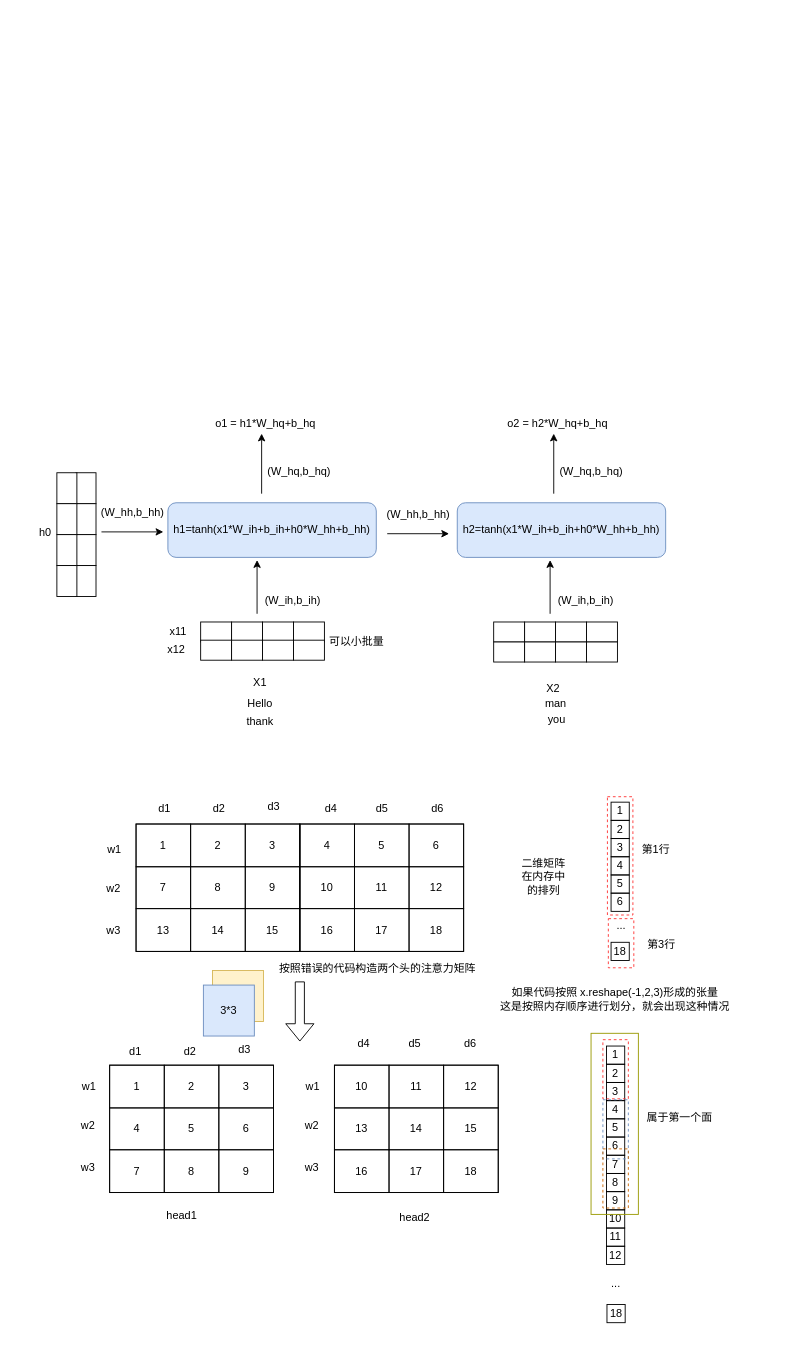
MrLeiPan/draw keeps this draw.io diagram as 未命名绘图.drawio. Above is the earlier version. Source tidied: cells renumbered, new cells numbered last; positions are measured from the earlier drawing's top-left corner, leaving out a move shared by most shapes. Both pictures are drawn from the tidied source at 91%, with x=0, y=0 at pixel (5, 411).
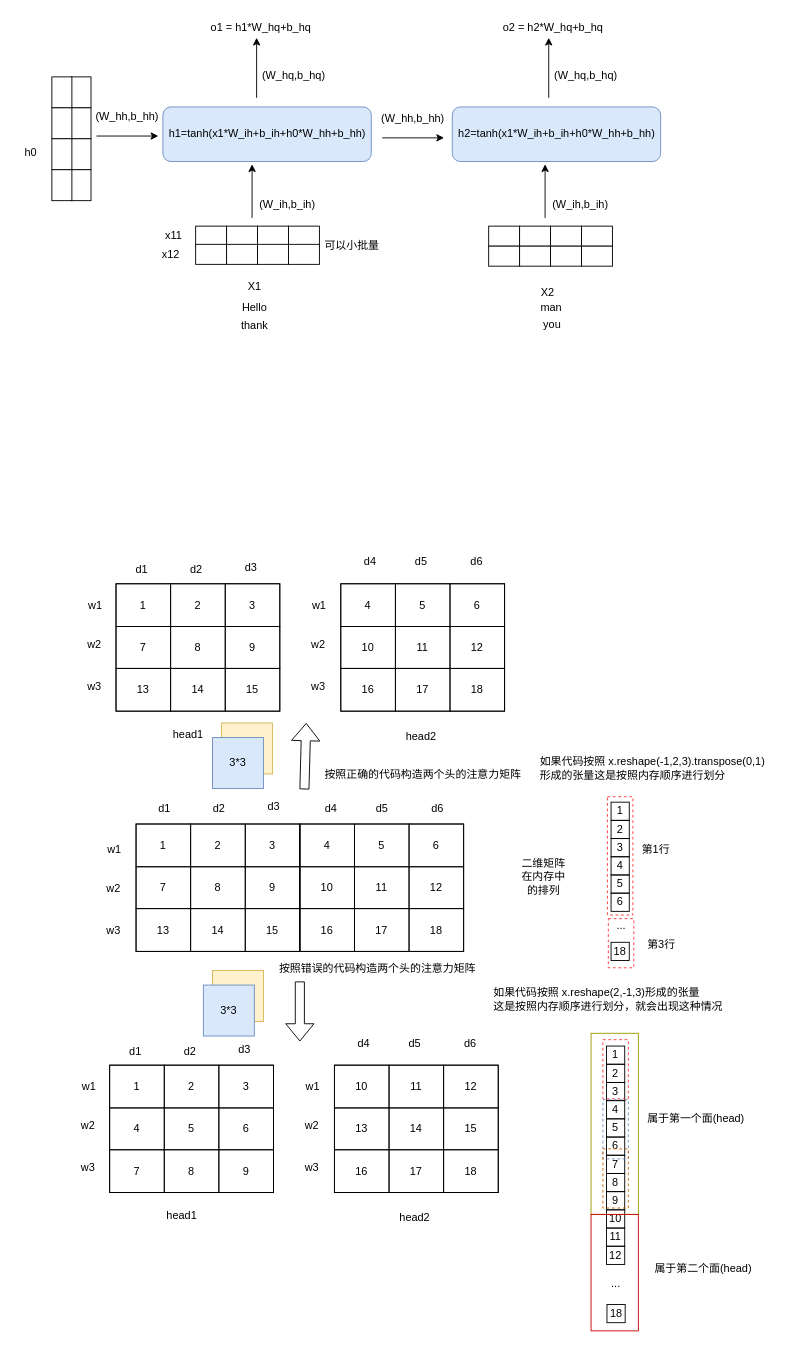
The same page after the edit.

Commit message (it also covers changes not shown here):
更新未命名绘图.drawio

Change to the diagram source:
```diff
@@
     <mxCell id="2" value="X1" style="text;html=1;align=center;verticalAlign=middle;strokeColor=none;fillColor=none;" parent="1" vertex="1">
-      <mxGeometry x="263" y="285" width="33" height="26" as="geometry" />
+      <mxGeometry x="257.5" y="-150" width="33" height="26" as="geometry" />
     </mxCell>
     <mxCell id="3" style="group;" parent="1" vertex="1">
-      <mxGeometry x="215" y="231" width="136" height="22" as="geometry" />
+      <mxGeometry x="209.5" y="-204" width="136" height="22" as="geometry" />
     </mxCell>
@@
     <mxCell id="8" style="endArrow=classic;html=1;rounded=0;" parent="1" edge="1">
       <mxGeometry relative="1" as="geometry">
-        <mxPoint x="277" y="222" as="sourcePoint" />
-        <mxPoint x="277" y="163" as="targetPoint" />
+        <mxPoint x="271.5" y="-213" as="sourcePoint" />
+        <mxPoint x="271.5" y="-272" as="targetPoint" />
       </mxGeometry>
     </mxCell>
     <mxCell id="9" value="(W_ih,b_ih)" style="text;html=1;align=center;verticalAlign=middle;strokeColor=none;fillColor=none;" parent="1" vertex="1">
-      <mxGeometry x="276" y="195" width="79" height="26" as="geometry" />
+      <mxGeometry x="270.5" y="-240" width="79" height="26" as="geometry" />
     </mxCell>
     <mxCell id="10" value="h0" style="text;html=1;align=center;verticalAlign=middle;strokeColor=none;fillColor=none;" parent="1" vertex="1">
-      <mxGeometry x="28" y="120" width="31" height="26" as="geometry" />
+      <mxGeometry x="12" y="-298" width="31" height="26" as="geometry" />
     </mxCell>
     <mxCell id="11" style="group;rotation=90;" parent="1" vertex="1">
-      <mxGeometry x="21" y="124" width="136" height="22" as="geometry" />
+      <mxGeometry x="15.5" y="-311" width="136" height="22" as="geometry" />
     </mxCell>
@@
     <mxCell id="16" value="(W_hh,b_hh)" style="text;html=1;align=center;verticalAlign=middle;strokeColor=none;fillColor=none;" parent="1" vertex="1">
-      <mxGeometry x="96" y="98" width="87" height="26" as="geometry" />
+      <mxGeometry x="90.5" y="-337" width="87" height="26" as="geometry" />
     </mxCell>
     <mxCell id="17" style="endArrow=classic;html=1;rounded=0;" parent="1" edge="1">
       <mxGeometry relative="1" as="geometry">
-        <mxPoint x="106" y="132" as="sourcePoint" />
-        <mxPoint x="174" y="132" as="targetPoint" />
+        <mxPoint x="100.5" y="-303" as="sourcePoint" />
+        <mxPoint x="168.5" y="-303" as="targetPoint" />
       </mxGeometry>
     </mxCell>
     <mxCell id="18" value="o1 = h1*W_hq+b_hq" style="text;html=1;align=center;verticalAlign=middle;strokeColor=none;fillColor=none;" parent="1" vertex="1">
-      <mxGeometry x="222" width="128" height="26" as="geometry" />
+      <mxGeometry x="216.5" y="-435" width="128" height="26" as="geometry" />
     </mxCell>
     <mxCell id="19" value="h1=tanh(x1*W_ih+b_ih+h0*W_hh+b_hh)" style="rounded=1;whiteSpace=wrap;html=1;fillColor=#dae8fc;strokeColor=#6c8ebf;" parent="1" vertex="1">
-      <mxGeometry x="179" y="100" width="229" height="60" as="geometry" />
+      <mxGeometry x="173.5" y="-335" width="229" height="60" as="geometry" />
     </mxCell>
     <mxCell id="20" style="endArrow=classic;html=1;rounded=0;" parent="1" edge="1">
       <mxGeometry relative="1" as="geometry">
-        <mxPoint x="282" y="90" as="sourcePoint" />
-        <mxPoint x="282" y="24" as="targetPoint" />
+        <mxPoint x="276.5" y="-345" as="sourcePoint" />
+        <mxPoint x="276.5" y="-411" as="targetPoint" />
       </mxGeometry>
     </mxCell>
     <mxCell id="21" value="(W_hq,b_hq)" style="text;html=1;align=center;verticalAlign=middle;strokeColor=none;fillColor=none;" parent="1" vertex="1">
-      <mxGeometry x="279" y="53" width="87" height="26" as="geometry" />
+      <mxGeometry x="273.5" y="-382" width="87" height="26" as="geometry" />
     </mxCell>
     <mxCell id="22" value="(W_hh,b_hh)" style="text;html=1;align=center;verticalAlign=middle;strokeColor=none;fillColor=none;" parent="1" vertex="1">
-      <mxGeometry x="410" y="100" width="87" height="26" as="geometry" />
+      <mxGeometry x="404.5" y="-335" width="87" height="26" as="geometry" />
     </mxCell>
     <mxCell id="23" style="endArrow=classic;html=1;rounded=0;" parent="1" edge="1">
       <mxGeometry relative="1" as="geometry">
-        <mxPoint x="420" y="134" as="sourcePoint" />
-        <mxPoint x="488" y="134" as="targetPoint" />
+        <mxPoint x="414.5" y="-301" as="sourcePoint" />
+        <mxPoint x="482.5" y="-301" as="targetPoint" />
       </mxGeometry>
     </mxCell>
     <mxCell id="24" value="h2=tanh(x1*W_ih+b_ih+h0*W_hh+b_hh)" style="rounded=1;whiteSpace=wrap;html=1;fillColor=#dae8fc;strokeColor=#6c8ebf;" parent="1" vertex="1">
-      <mxGeometry x="497" y="100" width="229" height="60" as="geometry" />
+      <mxGeometry x="491.5" y="-335" width="229" height="60" as="geometry" />
     </mxCell>
     <mxCell id="25" value="X2" style="text;html=1;align=center;verticalAlign=middle;strokeColor=none;fillColor=none;" parent="1" vertex="1">
-      <mxGeometry x="585" y="291" width="33" height="26" as="geometry" />
+      <mxGeometry x="579.5" y="-144" width="33" height="26" as="geometry" />
     </mxCell>
     <mxCell id="26" style="group;" parent="1" vertex="1">
-      <mxGeometry x="537" y="231" width="136" height="22" as="geometry" />
+      <mxGeometry x="531.5" y="-204" width="136" height="22" as="geometry" />
     </mxCell>
@@
     <mxCell id="31" style="endArrow=classic;html=1;rounded=0;" parent="1" edge="1">
       <mxGeometry relative="1" as="geometry">
-        <mxPoint x="599" y="222" as="sourcePoint" />
-        <mxPoint x="599" y="163" as="targetPoint" />
+        <mxPoint x="593.5" y="-213" as="sourcePoint" />
+        <mxPoint x="593.5" y="-272" as="targetPoint" />
       </mxGeometry>
     </mxCell>
     <mxCell id="32" value="(W_ih,b_ih)" style="text;html=1;align=center;verticalAlign=middle;strokeColor=none;fillColor=none;" parent="1" vertex="1">
-      <mxGeometry x="598" y="195" width="79" height="26" as="geometry" />
+      <mxGeometry x="592.5" y="-240" width="79" height="26" as="geometry" />
     </mxCell>
     <mxCell id="33" value="o2 = h2*W_hq+b_hq" style="text;html=1;align=center;verticalAlign=middle;strokeColor=none;fillColor=none;" parent="1" vertex="1">
-      <mxGeometry x="543" width="128" height="26" as="geometry" />
+      <mxGeometry x="537.5" y="-435" width="128" height="26" as="geometry" />
     </mxCell>
     <mxCell id="34" style="endArrow=classic;html=1;rounded=0;" parent="1" edge="1">
       <mxGeometry relative="1" as="geometry">
-        <mxPoint x="603" y="90" as="sourcePoint" />
-        <mxPoint x="603" y="24" as="targetPoint" />
+        <mxPoint x="597.5" y="-345" as="sourcePoint" />
+        <mxPoint x="597.5" y="-411" as="targetPoint" />
       </mxGeometry>
     </mxCell>
     <mxCell id="35" value="(W_hq,b_hq)" style="text;html=1;align=center;verticalAlign=middle;strokeColor=none;fillColor=none;" parent="1" vertex="1">
-      <mxGeometry x="600" y="53" width="87" height="26" as="geometry" />
+      <mxGeometry x="594.5" y="-382" width="87" height="26" as="geometry" />
     </mxCell>
     <mxCell id="36" value="Hello" style="text;html=1;align=center;verticalAlign=middle;strokeColor=none;fillColor=none;" parent="1" vertex="1">
-      <mxGeometry x="257" y="308" width="45" height="26" as="geometry" />
+      <mxGeometry x="251.5" y="-127" width="45" height="26" as="geometry" />
     </mxCell>
     <mxCell id="37" value="man" style="text;html=1;align=center;verticalAlign=middle;strokeColor=none;fillColor=none;" parent="1" vertex="1">
-      <mxGeometry x="584.5" y="308" width="41" height="26" as="geometry" />
+      <mxGeometry x="579" y="-127" width="41" height="26" as="geometry" />
     </mxCell>
     <mxCell id="38" style="group;" parent="1" vertex="1">
-      <mxGeometry x="215" y="251" width="136" height="22" as="geometry" />
+      <mxGeometry x="209.5" y="-184" width="136" height="22" as="geometry" />
     </mxCell>
@@
     <mxCell id="43" style="group;" parent="1" vertex="1">
-      <mxGeometry x="537" y="253" width="136" height="22" as="geometry" />
+      <mxGeometry x="531.5" y="-182" width="136" height="22" as="geometry" />
     </mxCell>
@@
     <mxCell id="48" value="x11" style="text;html=1;align=center;verticalAlign=middle;strokeColor=none;fillColor=none;" parent="1" vertex="1">
-      <mxGeometry x="172" y="229" width="36" height="26" as="geometry" />
+      <mxGeometry x="166.5" y="-206" width="36" height="26" as="geometry" />
     </mxCell>
     <mxCell id="49" value="x12" style="text;html=1;align=center;verticalAlign=middle;strokeColor=none;fillColor=none;" parent="1" vertex="1">
-      <mxGeometry x="169" y="249" width="37" height="26" as="geometry" />
+      <mxGeometry x="163.5" y="-186" width="37" height="26" as="geometry" />
     </mxCell>
     <mxCell id="50" value="可以小批量" style="text;html=1;align=center;verticalAlign=middle;strokeColor=none;fillColor=none;" parent="1" vertex="1">
-      <mxGeometry x="347" y="240" width="78" height="26" as="geometry" />
+      <mxGeometry x="341.5" y="-195" width="78" height="26" as="geometry" />
     </mxCell>
     <mxCell id="51" value="thank" style="text;html=1;align=center;verticalAlign=middle;strokeColor=none;fillColor=none;" parent="1" vertex="1">
-      <mxGeometry x="256" y="328" width="47" height="26" as="geometry" />
+      <mxGeometry x="250.5" y="-107" width="47" height="26" as="geometry" />
     </mxCell>
     <mxCell id="52" value="you" style="text;html=1;align=center;verticalAlign=middle;strokeColor=none;fillColor=none;" parent="1" vertex="1">
-      <mxGeometry x="587.5" y="326" width="37" height="26" as="geometry" />
+      <mxGeometry x="582" y="-109" width="37" height="26" as="geometry" />
     </mxCell>
     <mxCell id="53" style="group;rotation=90;" parent="1" vertex="1">
-      <mxGeometry y="124" width="136" height="22" as="geometry" />
+      <mxGeometry x="-5.5" y="-311" width="136" height="22" as="geometry" />
     </mxCell>
@@
-    <mxCell id="150" value="如果代码按照 x.reshape(-1,2,3)形成的张量&lt;br&gt;这是按照内存顺序进行划分，就会出现这种情况" style="text;html=1;align=center;verticalAlign=middle;strokeColor=none;fillColor=none;" parent="1" vertex="1">
+    <mxCell id="150" value="如果代码按照 x.reshape(2,-1,3)形成的张量&lt;br&gt;这是按照内存顺序进行划分，就会出现这种情况" style="text;html=1;align=left;verticalAlign=middle;strokeColor=none;fillColor=none;" parent="1" vertex="1">
       <mxGeometry x="535" y="625" width="270" height="41" as="geometry" />
     </mxCell>
@@
-    <mxCell id="169" value="属于第一个面" style="text;html=1;align=center;verticalAlign=middle;strokeColor=none;fillColor=none;" parent="1" vertex="1">
-      <mxGeometry x="696" y="763" width="90" height="26" as="geometry" />
+    <mxCell id="169" value="属于第一个面(head)" style="text;html=1;align=center;verticalAlign=middle;strokeColor=none;fillColor=none;" parent="1" vertex="1">
+      <mxGeometry x="696" y="764" width="125" height="26" as="geometry" />
     </mxCell>
+    <mxCell id="170" value="按照正确的代码构造两个头的注意力矩阵" style="text;html=1;align=center;verticalAlign=middle;strokeColor=none;fillColor=none;" parent="1" vertex="1">
+      <mxGeometry x="342" y="386" width="234" height="26" as="geometry" />
+    </mxCell>
+    <mxCell id="171" style="childLayout=tableLayout;shadow=0;fillColor=none;" parent="1" vertex="1">
+      <mxGeometry x="122" y="189" width="180" height="140" as="geometry" />
+    </mxCell>
+    <mxCell id="172" style="shape=tableRow;horizontal=0;startSize=0;swimlaneHead=0;swimlaneBody=0;top=0;left=0;bottom=0;right=0;fontStyle=0;fillColor=none;strokeColor=inherit;" parent="171" vertex="1">
+      <mxGeometry width="180" height="47" as="geometry" />
+    </mxCell>
+    <mxCell id="173" value="1" style="strokeColor=inherit;fillColor=none;align=center;whiteSpace=wrap;html=1;" parent="172" vertex="1">
+      <mxGeometry width="60" height="47" as="geometry" />
+    </mxCell>
+    <mxCell id="174" value="2" style="strokeColor=inherit;fillColor=none;align=center;whiteSpace=wrap;html=1;" parent="172" vertex="1">
+      <mxGeometry x="60" width="60" height="47" as="geometry" />
+    </mxCell>
+    <mxCell id="175" value="3" style="strokeColor=inherit;fillColor=none;align=center;whiteSpace=wrap;html=1;" parent="172" vertex="1">
+      <mxGeometry x="120" width="60" height="47" as="geometry" />
+    </mxCell>
+    <mxCell id="176" style="shape=tableRow;horizontal=0;startSize=0;swimlaneHead=0;swimlaneBody=0;top=0;left=0;bottom=0;right=0;fontStyle=0;fillColor=none;strokeColor=inherit;" parent="171" vertex="1">
+      <mxGeometry y="47" width="180" height="46" as="geometry" />
+    </mxCell>
+    <mxCell id="177" value="7" style="strokeColor=inherit;fillColor=none;align=center;whiteSpace=wrap;html=1;" parent="176" vertex="1">
+      <mxGeometry width="60" height="46" as="geometry" />
+    </mxCell>
+    <mxCell id="178" value="8" style="strokeColor=inherit;fillColor=none;align=center;whiteSpace=wrap;html=1;" parent="176" vertex="1">
+      <mxGeometry x="60" width="60" height="46" as="geometry" />
+    </mxCell>
+    <mxCell id="179" value="9" style="strokeColor=inherit;fillColor=none;align=center;whiteSpace=wrap;html=1;" parent="176" vertex="1">
+      <mxGeometry x="120" width="60" height="46" as="geometry" />
+    </mxCell>
+    <mxCell id="180" style="shape=tableRow;horizontal=0;startSize=0;swimlaneHead=0;swimlaneBody=0;top=0;left=0;bottom=0;right=0;fontStyle=0;fillColor=none;strokeColor=inherit;" parent="171" vertex="1">
+      <mxGeometry y="93" width="180" height="47" as="geometry" />
+    </mxCell>
+    <mxCell id="181" value="13" style="strokeColor=inherit;fillColor=none;align=center;whiteSpace=wrap;html=1;" parent="180" vertex="1">
+      <mxGeometry width="60" height="47" as="geometry" />
+    </mxCell>
+    <mxCell id="182" value="14" style="strokeColor=inherit;fillColor=none;align=center;whiteSpace=wrap;html=1;" parent="180" vertex="1">
+      <mxGeometry x="60" width="60" height="47" as="geometry" />
+    </mxCell>
+    <mxCell id="183" value="15" style="strokeColor=inherit;fillColor=none;align=center;whiteSpace=wrap;html=1;" parent="180" vertex="1">
+      <mxGeometry x="120" width="60" height="47" as="geometry" />
+    </mxCell>
+    <mxCell id="184" style="childLayout=tableLayout;shadow=0;fillColor=none;" parent="1" vertex="1">
+      <mxGeometry x="369" y="189" width="180" height="140" as="geometry" />
+    </mxCell>
+    <mxCell id="185" style="shape=tableRow;horizontal=0;startSize=0;swimlaneHead=0;swimlaneBody=0;top=0;left=0;bottom=0;right=0;fontStyle=0;fillColor=none;strokeColor=inherit;" parent="184" vertex="1">
+      <mxGeometry width="180" height="47" as="geometry" />
+    </mxCell>
+    <mxCell id="186" value="4" style="strokeColor=inherit;fillColor=none;align=center;whiteSpace=wrap;html=1;" parent="185" vertex="1">
+      <mxGeometry width="60" height="47" as="geometry" />
+    </mxCell>
+    <mxCell id="187" value="5" style="strokeColor=inherit;fillColor=none;align=center;whiteSpace=wrap;html=1;" parent="185" vertex="1">
+      <mxGeometry x="60" width="60" height="47" as="geometry" />
+    </mxCell>
+    <mxCell id="188" value="6" style="strokeColor=inherit;fillColor=none;align=center;whiteSpace=wrap;html=1;" parent="185" vertex="1">
+      <mxGeometry x="120" width="60" height="47" as="geometry" />
+    </mxCell>
+    <mxCell id="189" style="shape=tableRow;horizontal=0;startSize=0;swimlaneHead=0;swimlaneBody=0;top=0;left=0;bottom=0;right=0;fontStyle=0;fillColor=none;strokeColor=inherit;" parent="184" vertex="1">
+      <mxGeometry y="47" width="180" height="46" as="geometry" />
+    </mxCell>
+    <mxCell id="190" value="10" style="strokeColor=inherit;fillColor=none;align=center;whiteSpace=wrap;html=1;" parent="189" vertex="1">
+      <mxGeometry width="60" height="46" as="geometry" />
+    </mxCell>
+    <mxCell id="191" value="11" style="strokeColor=inherit;fillColor=none;align=center;whiteSpace=wrap;html=1;" parent="189" vertex="1">
+      <mxGeometry x="60" width="60" height="46" as="geometry" />
+    </mxCell>
+    <mxCell id="192" value="12" style="strokeColor=inherit;fillColor=none;align=center;whiteSpace=wrap;html=1;" parent="189" vertex="1">
+      <mxGeometry x="120" width="60" height="46" as="geometry" />
+    </mxCell>
+    <mxCell id="193" style="shape=tableRow;horizontal=0;startSize=0;swimlaneHead=0;swimlaneBody=0;top=0;left=0;bottom=0;right=0;fontStyle=0;fillColor=none;strokeColor=inherit;" parent="184" vertex="1">
+      <mxGeometry y="93" width="180" height="47" as="geometry" />
+    </mxCell>
+    <mxCell id="194" value="16" style="strokeColor=inherit;fillColor=none;align=center;whiteSpace=wrap;html=1;" parent="193" vertex="1">
+      <mxGeometry width="60" height="47" as="geometry" />
+    </mxCell>
+    <mxCell id="195" value="17" style="strokeColor=inherit;fillColor=none;align=center;whiteSpace=wrap;html=1;" parent="193" vertex="1">
+      <mxGeometry x="60" width="60" height="47" as="geometry" />
+    </mxCell>
+    <mxCell id="196" value="18" style="strokeColor=inherit;fillColor=none;align=center;whiteSpace=wrap;html=1;" parent="193" vertex="1">
+      <mxGeometry x="120" width="60" height="47" as="geometry" />
+    </mxCell>
+    <mxCell id="197" value="w1" style="text;html=1;align=center;verticalAlign=middle;strokeColor=none;fillColor=none;" parent="1" vertex="1">
+      <mxGeometry x="82" y="199.5" width="33" height="26" as="geometry" />
+    </mxCell>
+    <mxCell id="198" value="w2" style="text;html=1;align=center;verticalAlign=middle;strokeColor=none;fillColor=none;" parent="1" vertex="1">
+      <mxGeometry x="81" y="242.5" width="33" height="26" as="geometry" />
+    </mxCell>
+    <mxCell id="199" value="w3" style="text;html=1;align=center;verticalAlign=middle;strokeColor=none;fillColor=none;" parent="1" vertex="1">
+      <mxGeometry x="81" y="288.5" width="33" height="26" as="geometry" />
+    </mxCell>
+    <mxCell id="200" value="w1" style="text;html=1;align=center;verticalAlign=middle;strokeColor=none;fillColor=none;" parent="1" vertex="1">
+      <mxGeometry x="328" y="200" width="33" height="26" as="geometry" />
+    </mxCell>
+    <mxCell id="201" value="w2" style="text;html=1;align=center;verticalAlign=middle;strokeColor=none;fillColor=none;" parent="1" vertex="1">
+      <mxGeometry x="327" y="243" width="33" height="26" as="geometry" />
+    </mxCell>
+    <mxCell id="202" value="w3" style="text;html=1;align=center;verticalAlign=middle;strokeColor=none;fillColor=none;" parent="1" vertex="1">
+      <mxGeometry x="327" y="289" width="33" height="26" as="geometry" />
+    </mxCell>
+    <mxCell id="203" value="d1" style="text;html=1;align=center;verticalAlign=middle;strokeColor=none;fillColor=none;" parent="1" vertex="1">
+      <mxGeometry x="134" y="161" width="31" height="26" as="geometry" />
+    </mxCell>
+    <mxCell id="204" value="d2" style="text;html=1;align=center;verticalAlign=middle;strokeColor=none;fillColor=none;" parent="1" vertex="1">
+      <mxGeometry x="194" y="161" width="31" height="26" as="geometry" />
+    </mxCell>
+    <mxCell id="205" value="d3" style="text;html=1;align=center;verticalAlign=middle;strokeColor=none;fillColor=none;" parent="1" vertex="1">
+      <mxGeometry x="254" y="159" width="31" height="26" as="geometry" />
+    </mxCell>
+    <mxCell id="206" value="d4" style="text;html=1;align=center;verticalAlign=middle;strokeColor=none;fillColor=none;" parent="1" vertex="1">
+      <mxGeometry x="385" y="152" width="31" height="26" as="geometry" />
+    </mxCell>
+    <mxCell id="207" value="d5" style="text;html=1;align=center;verticalAlign=middle;strokeColor=none;fillColor=none;" parent="1" vertex="1">
+      <mxGeometry x="441.5" y="152" width="31" height="26" as="geometry" />
+    </mxCell>
+    <mxCell id="208" value="d6" style="text;html=1;align=center;verticalAlign=middle;strokeColor=none;fillColor=none;" parent="1" vertex="1">
+      <mxGeometry x="502" y="152" width="31" height="26" as="geometry" />
+    </mxCell>
+    <mxCell id="209" value="head1" style="text;html=1;align=center;verticalAlign=middle;strokeColor=none;fillColor=none;" parent="1" vertex="1">
+      <mxGeometry x="175" y="342" width="51" height="26" as="geometry" />
+    </mxCell>
+    <mxCell id="210" value="head2" style="text;html=1;align=center;verticalAlign=middle;strokeColor=none;fillColor=none;" parent="1" vertex="1">
+      <mxGeometry x="431.5" y="344" width="51" height="26" as="geometry" />
+    </mxCell>
+    <mxCell id="211" style="whiteSpace=wrap;html=1;fillColor=#fff2cc;strokeColor=#d6b656;" parent="1" vertex="1">
+      <mxGeometry x="238" y="342" width="56" height="56" as="geometry" />
+    </mxCell>
+    <mxCell id="212" value="3*3" style="whiteSpace=wrap;html=1;fillColor=#dae8fc;strokeColor=#6c8ebf;" parent="1" vertex="1">
+      <mxGeometry x="228" y="358" width="56" height="56" as="geometry" />
+    </mxCell>
+    <mxCell id="213" style="shape=flexArrow;endArrow=classic;html=1;rounded=0;" parent="1" edge="1">
+      <mxGeometry relative="1" as="geometry">
+        <mxPoint x="329" y="415" as="sourcePoint" />
+        <mxPoint x="331" y="342" as="targetPoint" />
+      </mxGeometry>
+    </mxCell>
+    <mxCell id="214" value="如果代码按照 x.reshape(-1,2,3).transpose(0,1)&lt;br&gt;形成的张量这是按照内存顺序进行划分" style="text;html=1;align=left;verticalAlign=middle;strokeColor=none;fillColor=none;" parent="1" vertex="1">
+      <mxGeometry x="586" y="371" width="265" height="41" as="geometry" />
+    </mxCell>
+    <mxCell id="215" style="rounded=0;whiteSpace=wrap;html=1;fillColor=none;strokeColor=#CC0000;" parent="1" vertex="1">
+      <mxGeometry x="644" y="882" width="52" height="128" as="geometry" />
+    </mxCell>
+    <mxCell id="216" value="属于第二个面(head)" style="text;html=1;align=center;verticalAlign=middle;strokeColor=none;fillColor=none;" parent="1" vertex="1">
+      <mxGeometry x="704" y="929" width="125" height="26" as="geometry" />
+    </mxCell>
```
